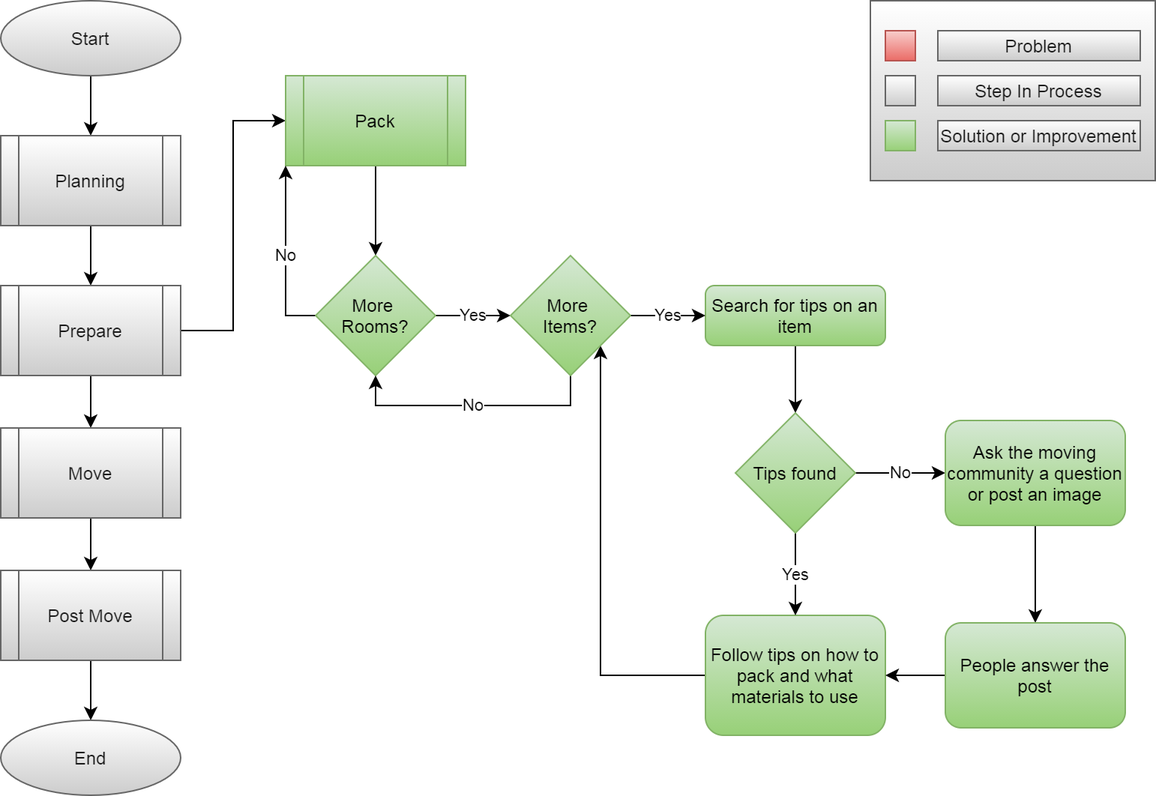
LP-76/load.in keeps this draw.io diagram as Documents/flow_diagrams/Solution_Flow_Packing.png. Above is the earlier version. Source tidied: cells renumbered, new cells last; positions are measured from the earlier drawing's top-left corner, leaving out a move shared by most shapes.
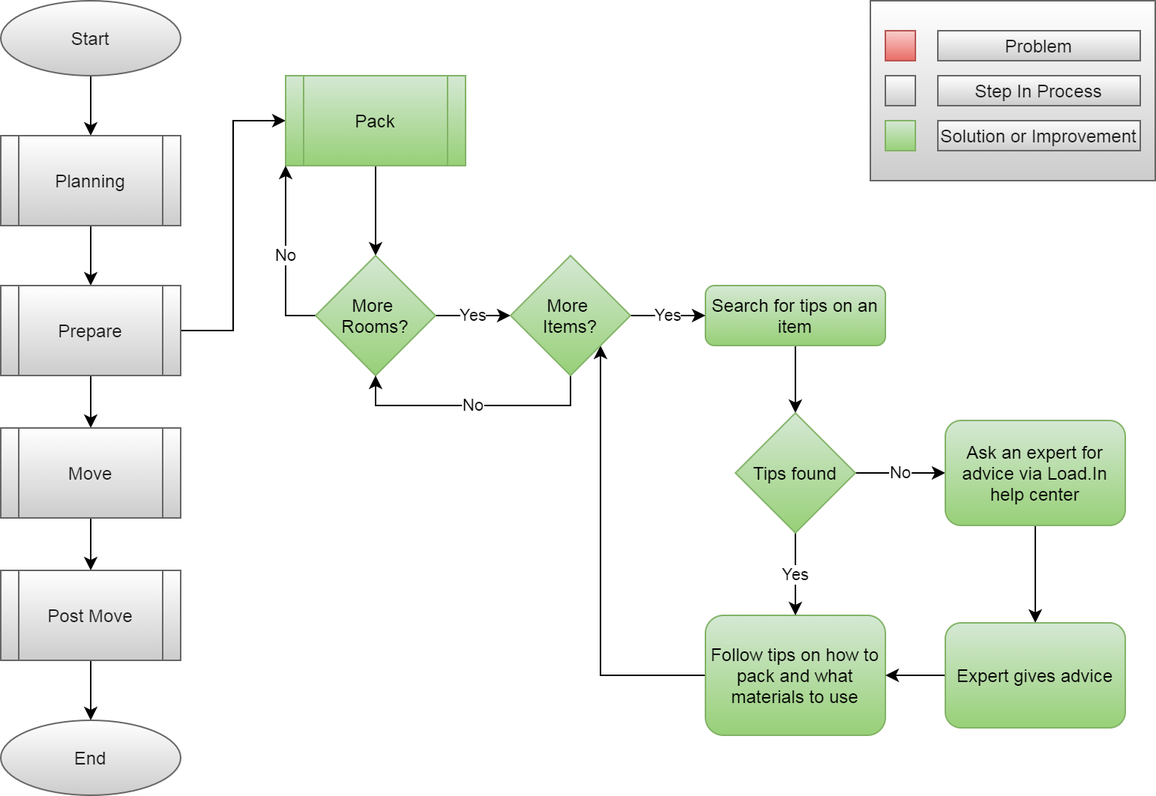
After the commit.

The edit, as a diff of the source:
```diff
@@ -110,13 +110,13 @@
     <mxCell id="37" style="edgeStyle=orthogonalEdgeStyle;rounded=0;jettySize=auto;html=1;" parent="1" edge="1" source="38" target="40">
       <mxGeometry relative="1" as="geometry" />
     </mxCell>
-    <mxCell id="38" value="Ask the moving community a question or post an image" style="rounded=1;whiteSpace=wrap;html=1;fontSize=12;glass=0;strokeWidth=1;shadow=0;gradientColor=#97d077;fillColor=#d5e8d4;strokeColor=#82b366;" parent="1" vertex="1">
+    <mxCell id="38" value="Ask an expert for advice via Load.In help center" style="rounded=1;whiteSpace=wrap;html=1;fontSize=12;glass=0;strokeWidth=1;shadow=0;gradientColor=#97d077;fillColor=#d5e8d4;strokeColor=#82b366;" parent="1" vertex="1">
       <mxGeometry x="630" y="280" width="120" height="70" as="geometry" />
     </mxCell>
     <mxCell id="39" style="edgeStyle=orthogonalEdgeStyle;rounded=0;jettySize=auto;html=1;" parent="1" edge="1" source="40" target="17">
       <mxGeometry relative="1" as="geometry" />
     </mxCell>
-    <mxCell id="40" value="People answer the post" style="rounded=1;whiteSpace=wrap;html=1;fontSize=12;glass=0;strokeWidth=1;shadow=0;gradientColor=#97d077;fillColor=#d5e8d4;strokeColor=#82b366;" parent="1" vertex="1">
+    <mxCell id="40" value="Expert gives advice" style="rounded=1;whiteSpace=wrap;html=1;fontSize=12;glass=0;strokeWidth=1;shadow=0;gradientColor=#97d077;fillColor=#d5e8d4;strokeColor=#82b366;" parent="1" vertex="1">
       <mxGeometry x="630" y="415" width="120" height="70" as="geometry" />
     </mxCell>
   </root>
```
